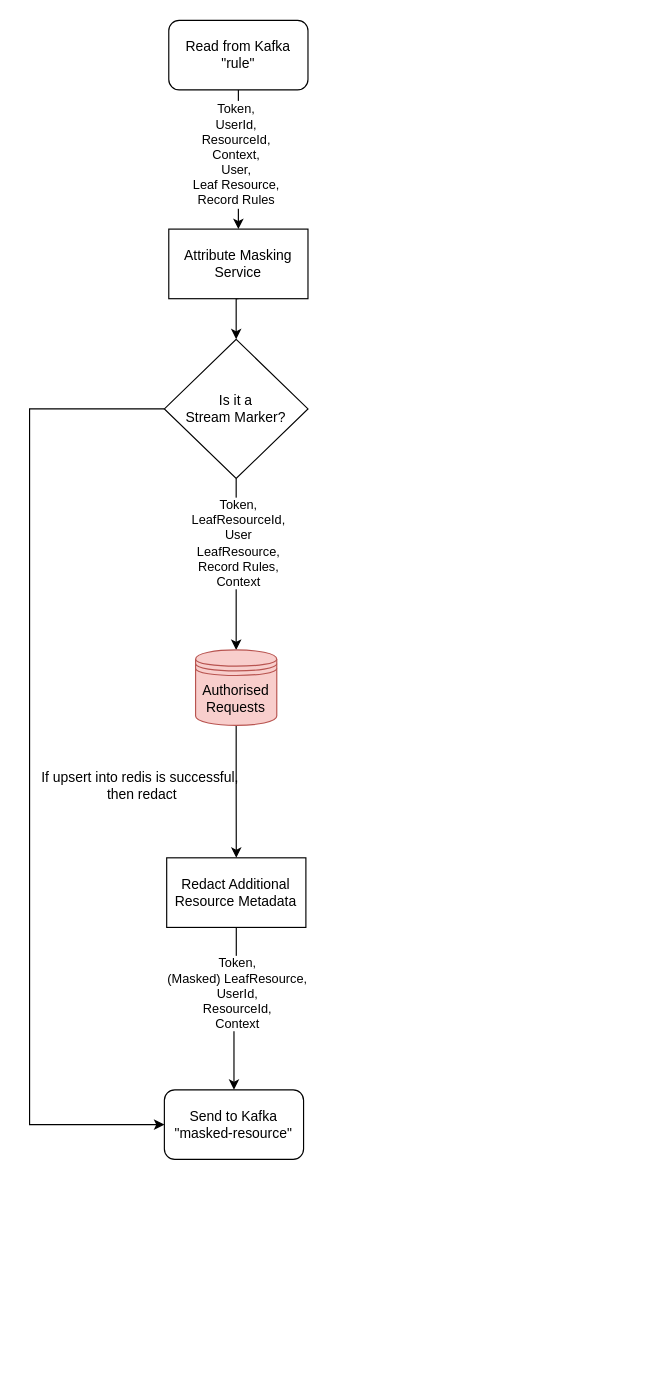
Above: attribute-masking-service/doc/Attribute-Masking-Service.drawio in gchq/Palisade-services (draw.io), before the change. Source tidied: cells renumbered, new cells numbered last; positions are measured from the earlier drawing's top-left corner, leaving out a move shared by most shapes. Both pictures are drawn from the tidied source at 116%, with x=0, y=0 at pixel (29, 20).
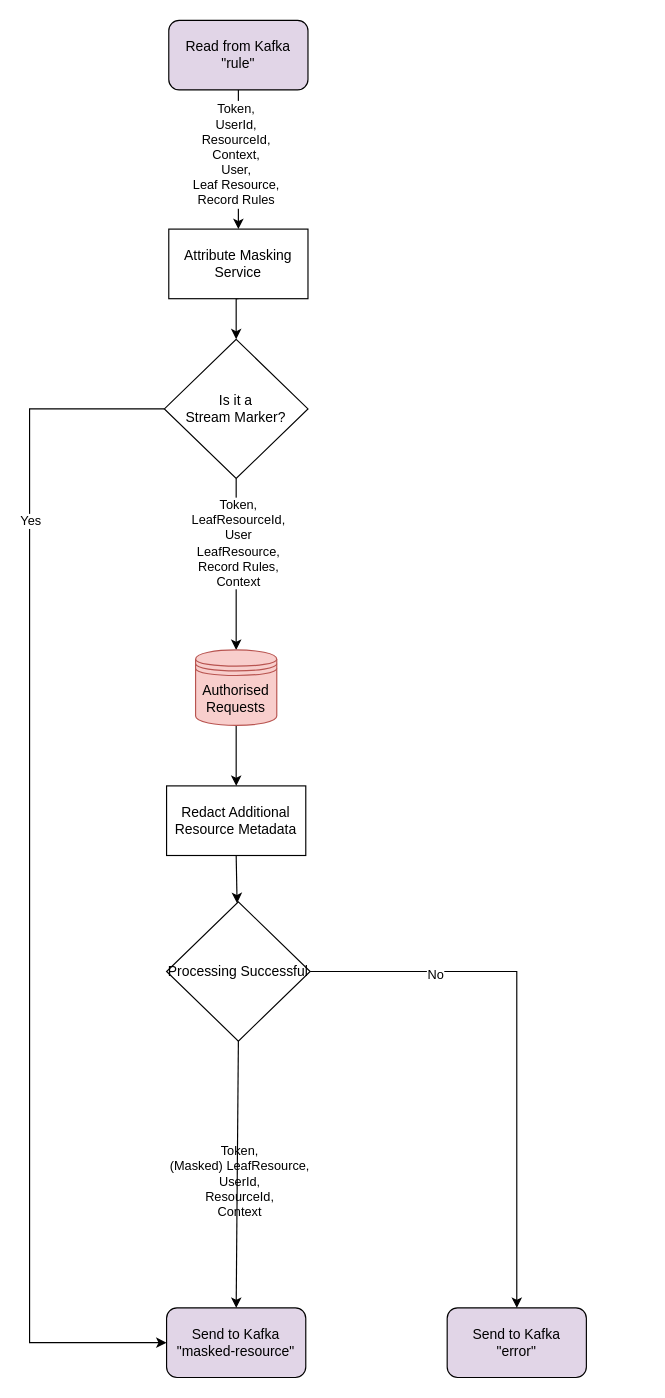
The same diagram, later.

Commit message (it also covers changes not shown here):
PAL-878-Attribute-Masking-Service-update-documentation: changes to readme and diagram

Unchanged cells that the change refers to:
```xml
<mxCell id="10" value="Is it a &lt;br&gt;Stream Marker?" style="rhombus;whiteSpace=wrap;html=1;" parent="1" vertex="1">
  <mxGeometry x="116.2" y="275" width="123.8" height="120" as="geometry" />
</mxCell>
```

The edit, as a diff of the source:
```diff
@@
-<mxGraphModel>
+<mxGraphModel background="#ffffff">
@@
-    <mxCell id="6" value="&lt;div&gt;Read from Kafka&lt;/div&gt;&lt;div&gt;&quot;rule&quot;&lt;br&gt;&lt;/div&gt;" style="rounded=1;whiteSpace=wrap;html=1;" parent="1" vertex="1">
+    <mxCell id="6" value="&lt;div&gt;Read from Kafka&lt;/div&gt;&lt;div&gt;&quot;rule&quot;&lt;br&gt;&lt;/div&gt;" style="rounded=1;whiteSpace=wrap;html=1;fillColor=#E1D5E7;" parent="1" vertex="1">
       <mxGeometry x="120" width="120" height="60" as="geometry" />
     </mxCell>
     <mxCell id="7" style="edgeStyle=orthogonalEdgeStyle;rounded=0;jettySize=auto;html=1;exitX=0;exitY=0.5;exitDx=0;exitDy=0;entryX=0;entryY=0.5;entryDx=0;entryDy=0;" parent="1" edge="1" source="10" target="11">
       <mxGeometry relative="1" as="geometry">
         <Array as="points">
           <mxPoint y="335" />
-          <mxPoint y="952" />
+          <mxPoint y="1140" />
         </Array>
       </mxGeometry>
     </mxCell>
+    <mxCell id="18" value="Yes" style="edgeLabel;html=1;align=center;verticalAlign=middle;" parent="7" vertex="1">
+      <mxGeometry x="-0.73" y="73" relative="1" as="geometry">
+        <mxPoint x="-73" y="73" as="offset" />
+      </mxGeometry>
+    </mxCell>
@@
-    <mxCell id="11" value="&lt;div&gt;Send to Kafka&lt;/div&gt;&lt;div&gt;&quot;masked-resource&quot;&lt;br&gt;&lt;/div&gt;" style="rounded=1;whiteSpace=wrap;html=1;" parent="1" vertex="1">
-      <mxGeometry x="116.2" y="922" width="120" height="60" as="geometry" />
+    <mxCell id="11" value="&lt;div&gt;Send to Kafka&lt;/div&gt;&lt;div&gt;&quot;masked-resource&quot;&lt;br&gt;&lt;/div&gt;" style="rounded=1;whiteSpace=wrap;html=1;fillColor=#E1D5E7;" parent="1" vertex="1">
+      <mxGeometry x="118.1" y="1110" width="120" height="60" as="geometry" />
     </mxCell>
-    <mxCell id="12" style="edgeStyle=orthogonalEdgeStyle;rounded=0;jettySize=auto;html=1;exitX=0.5;exitY=1;exitDx=0;exitDy=0;entryX=0.5;entryY=0;entryDx=0;entryDy=0;" parent="1" edge="1" source="14" target="11">
-      <mxGeometry relative="1" as="geometry" />
-    </mxCell>
-    <mxCell id="13" value="Token,&lt;br&gt;(Masked) LeafResource,&lt;br&gt;UserId,&lt;br&gt;ResourceId,&lt;br&gt;Context" style="edgeLabel;html=1;align=center;verticalAlign=middle;" parent="12" vertex="1">
-      <mxGeometry x="-0.21" relative="1" as="geometry" />
-    </mxCell>
     <mxCell id="14" value="Redact Additional Resource Metadata" style="rounded=0;whiteSpace=wrap;html=1;" parent="1" vertex="1">
-      <mxGeometry x="118.2" y="722" width="120" height="60" as="geometry" />
+      <mxGeometry x="118.1" y="660" width="120" height="60" as="geometry" />
     </mxCell>
@@
-    <mxCell id="17" value="If upsert into redis is successful,&lt;br&gt;&amp;nbsp;then redact" style="text;html=1;align=center;verticalAlign=middle;" parent="1" vertex="1">
-      <mxGeometry y="645" width="190" height="30" as="geometry" />
-    </mxCell>
+    <mxCell id="19" value="Processing Successful" style="rhombus;whiteSpace=wrap;html=1;" parent="1" vertex="1">
+      <mxGeometry x="118.1" y="760" width="123.8" height="120" as="geometry" />
+    </mxCell>
+    <mxCell id="20" value="&lt;div&gt;Send to Kafka&lt;/div&gt;&lt;div&gt;&quot;error&quot;&lt;br&gt;&lt;/div&gt;" style="rounded=1;whiteSpace=wrap;html=1;fillColor=#E1D5E7;" parent="1" vertex="1">
+      <mxGeometry x="360" y="1110" width="120" height="60" as="geometry" />
+    </mxCell>
+    <mxCell id="13" value="Token,&lt;br&gt;(Masked) LeafResource,&lt;br&gt;UserId,&lt;br&gt;ResourceId,&lt;br&gt;Context" style="edgeLabel;html=1;align=center;verticalAlign=middle;" parent="1" vertex="1">
+      <mxGeometry x="180" y="1000" as="geometry" />
+    </mxCell>
+    <mxCell id="21" style="endArrow=classic;html=1;exitX=0.5;exitY=1;exitDx=0;exitDy=0;entryX=0.5;entryY=0;entryDx=0;entryDy=0;" parent="1" edge="1" source="19" target="11">
+      <mxGeometry relative="1" as="geometry" />
+    </mxCell>
+    <mxCell id="22" style="endArrow=classic;html=1;exitX=1;exitY=0.5;exitDx=0;exitDy=0;entryX=0.5;entryY=0;entryDx=0;entryDy=0;rounded=0;" parent="1" edge="1" source="19" target="20">
+      <mxGeometry relative="1" as="geometry">
+        <Array as="points">
+          <mxPoint x="420" y="820" />
+        </Array>
+      </mxGeometry>
+    </mxCell>
+    <mxCell id="23" value="No" style="edgeLabel;html=1;align=center;verticalAlign=middle;" parent="1" vertex="1">
+      <mxGeometry x="530" y="490" as="geometry">
+        <mxPoint x="-181" y="332" as="offset" />
+      </mxGeometry>
+    </mxCell>
+    <mxCell id="24" style="endArrow=classic;html=1;exitX=0.5;exitY=1;exitDx=0;exitDy=0;" parent="1" edge="1" source="14" target="19">
+      <mxGeometry relative="1" as="geometry" />
+    </mxCell>
```
